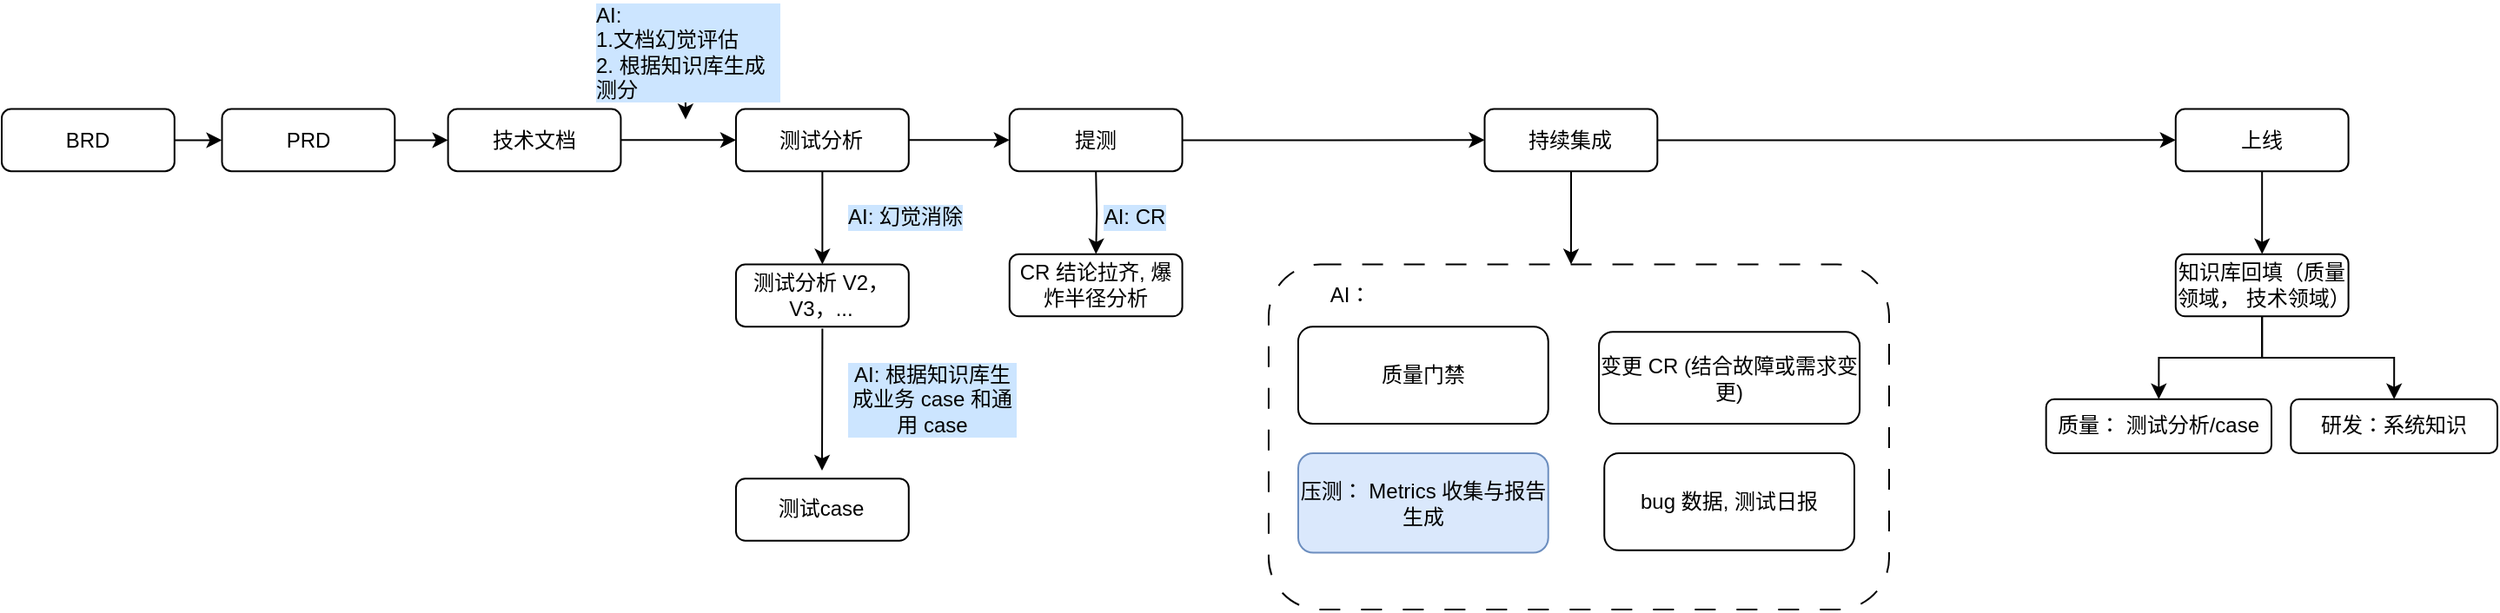
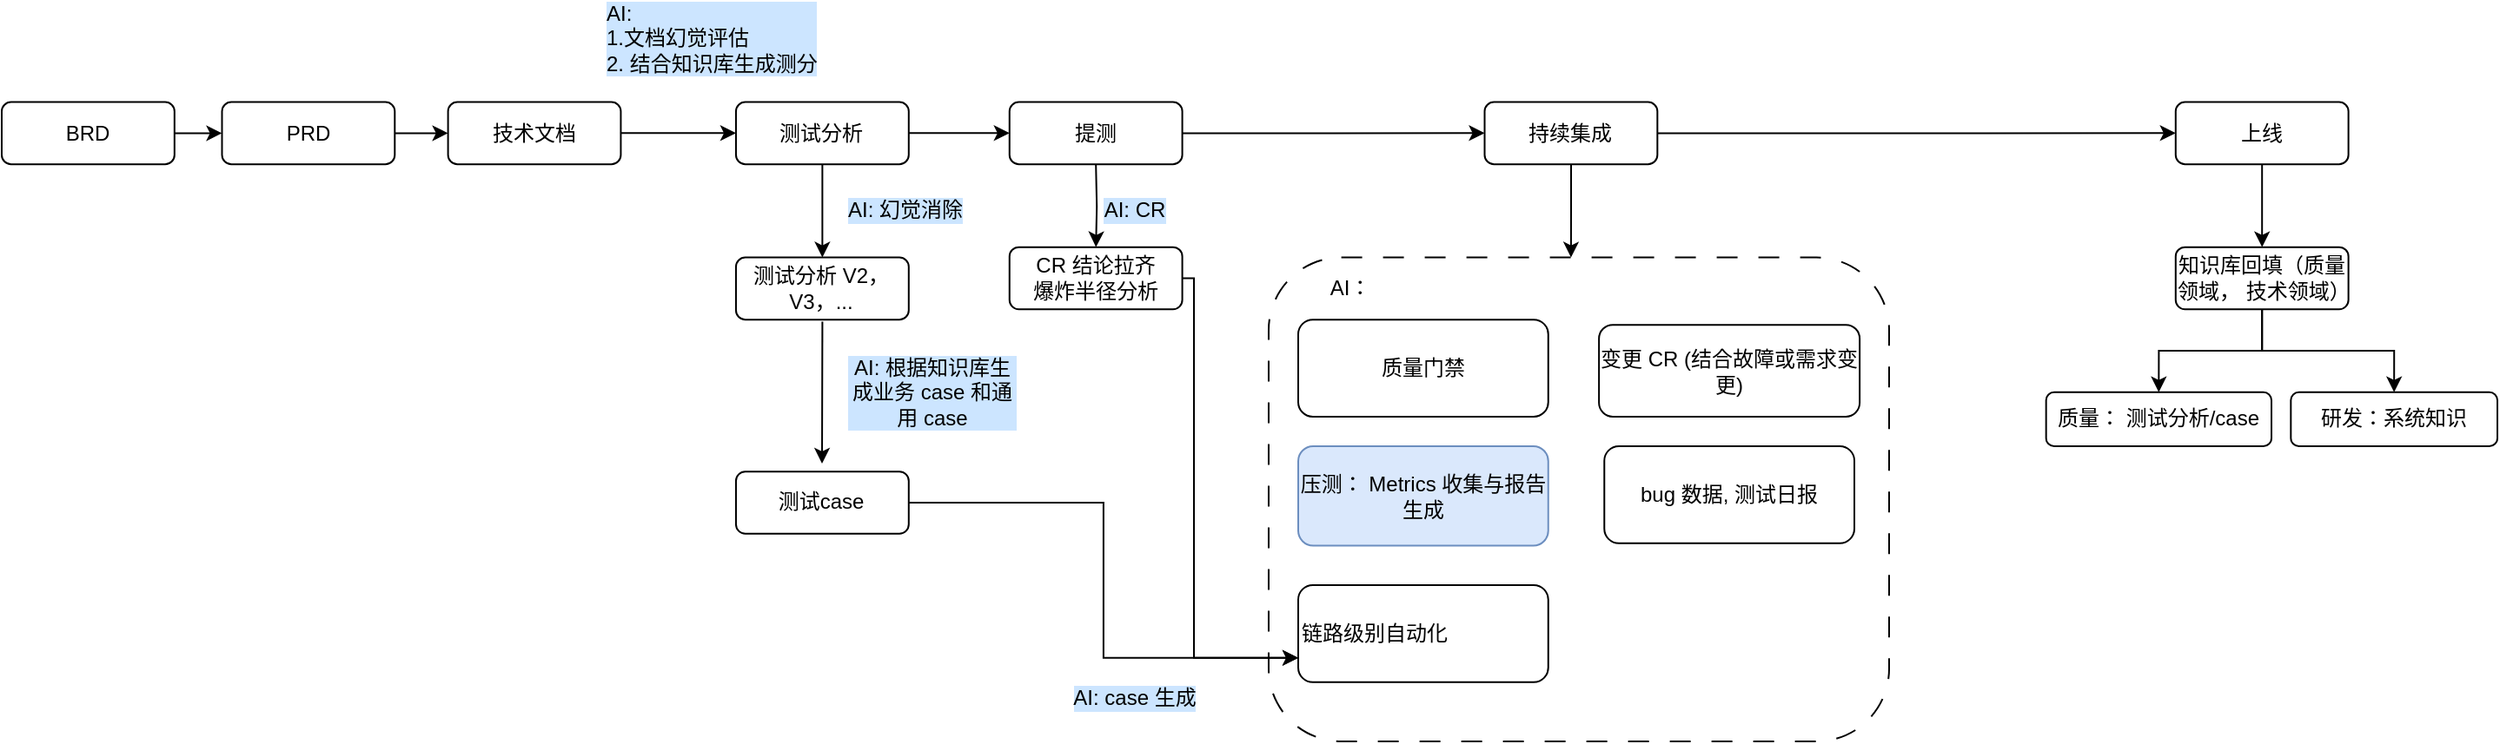
<mxfile host="app.diagrams.net">
  <diagram name="第 1 页" id="eGc9N8yqzYhzGgn2Sq75">
-     <mxGraphModel dx="2285" dy="653" grid="1" gridSize="10" guides="1" tooltips="1" connect="1" arrows="1" fold="1" page="1" pageScale="1" pageWidth="827" pageHeight="1169" math="0" shadow="0">
+     <mxGraphModel dx="2033" dy="653" grid="1" gridSize="10" guides="1" tooltips="1" connect="1" arrows="1" fold="1" page="1" pageScale="1" pageWidth="827" pageHeight="1169" math="0" shadow="0">
      <root>
        <mxCell id="0" />
        <mxCell id="1" parent="0" />
        <mxCell id="eD5rRKDE6UyOsphLuvNW-11" parent="1" style="rounded=1;whiteSpace=wrap;html=1;dashed=1;dashPattern=12 12;" value="" vertex="1">
-           <mxGeometry height="198.71" width="357.01" x="442.99" y="411.29" as="geometry" />
+           <mxGeometry height="278.71" width="357.01" x="442.99" y="411.29" as="geometry" />
        </mxCell>
        <mxCell id="hzDErF2p9qC1wll7qmAn-1" edge="1" parent="1" source="hzDErF2p9qC1wll7qmAn-2" style="edgeStyle=orthogonalEdgeStyle;rounded=0;orthogonalLoop=1;jettySize=auto;html=1;" target="hzDErF2p9qC1wll7qmAn-4" value="">
          <mxGeometry relative="1" as="geometry" />
        </mxCell>
        <mxCell id="hzDErF2p9qC1wll7qmAn-2" parent="1" style="rounded=1;whiteSpace=wrap;html=1;" value="PRD" vertex="1">
          <mxGeometry height="35.80645161290323" width="99.40828402366864" x="-159.25443786982248" y="321.7741935483871" as="geometry" />
        </mxCell>
        <mxCell id="hzDErF2p9qC1wll7qmAn-3" edge="1" parent="1" source="hzDErF2p9qC1wll7qmAn-4" style="edgeStyle=orthogonalEdgeStyle;rounded=0;orthogonalLoop=1;jettySize=auto;html=1;" target="hzDErF2p9qC1wll7qmAn-7" value="">
          <mxGeometry relative="1" as="geometry" />
        </mxCell>
        <mxCell id="hzDErF2p9qC1wll7qmAn-4" parent="1" style="rounded=1;whiteSpace=wrap;html=1;" value="技术文档" vertex="1">
          <mxGeometry height="35.80645161290323" width="99.40828402366864" x="-29.195266272189315" y="321.7741935483871" as="geometry" />
        </mxCell>
        <mxCell id="hzDErF2p9qC1wll7qmAn-5" edge="1" parent="1" source="hzDErF2p9qC1wll7qmAn-7" style="edgeStyle=orthogonalEdgeStyle;rounded=0;orthogonalLoop=1;jettySize=auto;html=1;" target="hzDErF2p9qC1wll7qmAn-8" value="">
          <mxGeometry relative="1" as="geometry" />
        </mxCell>
        <mxCell id="hzDErF2p9qC1wll7qmAn-6" edge="1" parent="1" source="hzDErF2p9qC1wll7qmAn-7" style="edgeStyle=orthogonalEdgeStyle;rounded=0;orthogonalLoop=1;jettySize=auto;html=1;" target="hzDErF2p9qC1wll7qmAn-14" value="">
          <mxGeometry relative="1" as="geometry" />
        </mxCell>
        <mxCell id="hzDErF2p9qC1wll7qmAn-7" parent="1" style="rounded=1;whiteSpace=wrap;html=1;" value="测试分析" vertex="1">
          <mxGeometry height="35.80645161290323" width="99.40828402366864" x="136.4852071005917" y="321.7741935483871" as="geometry" />
        </mxCell>
        <mxCell id="hzDErF2p9qC1wll7qmAn-8" parent="1" style="rounded=1;whiteSpace=wrap;html=1;" value="测试分析 V2，V3，..." vertex="1">
          <mxGeometry height="35.80645161290323" width="99.40828402366864" x="136.4852071005917" y="411.2903225806452" as="geometry" />
        </mxCell>
-         <mxCell id="eD5rRKDE6UyOsphLuvNW-5" edge="1" parent="1" source="hzDErF2p9qC1wll7qmAn-9" style="edgeStyle=orthogonalEdgeStyle;rounded=0;orthogonalLoop=1;jettySize=auto;html=1;">
-           <mxGeometry relative="1" as="geometry">
-             <mxPoint x="107.49112426035504" y="327.741935483871" as="targetPoint" />
-           </mxGeometry>
+         <mxCell id="hzDErF2p9qC1wll7qmAn-9" parent="1" style="text;html=1;whiteSpace=wrap;align=left;verticalAlign=middle;rounded=0;labelBackgroundColor=#CCE5FF;" value="AI:&amp;nbsp;&lt;br&gt;1.文档幻觉评估&lt;div&gt;&lt;span style=&quot;background-color: light-dark(rgb(204, 229, 255), rgb(24, 46, 68)); color: light-dark(rgb(0, 0, 0), rgb(255, 255, 255));&quot;&gt;2. 结合知识库生成测分&lt;/span&gt;&lt;/div&gt;" vertex="1">
+           <mxGeometry height="30" width="210.47" x="59.53" y="270" as="geometry" />
        </mxCell>
-         <mxCell id="hzDErF2p9qC1wll7qmAn-9" parent="1" style="text;html=1;whiteSpace=wrap;align=left;verticalAlign=middle;rounded=0;labelBackgroundColor=#CCE5FF;" value="AI:&amp;nbsp;&lt;br&gt;1.文档幻觉评估&lt;div&gt;&lt;span style=&quot;background-color: light-dark(rgb(204, 229, 255), rgb(24, 46, 68)); color: light-dark(rgb(0, 0, 0), rgb(255, 255, 255));&quot;&gt;2. 根据知识库生成测分&lt;/span&gt;&lt;/div&gt;" vertex="1">
-           <mxGeometry height="17.903225806451616" width="107.6923076923077" x="53.644970414201225" y="280" as="geometry" />
+         <mxCell id="eD5rRKDE6UyOsphLuvNW-27" edge="1" parent="1" source="hzDErF2p9qC1wll7qmAn-10" style="edgeStyle=orthogonalEdgeStyle;rounded=0;orthogonalLoop=1;jettySize=auto;html=1;entryX=0;entryY=0.75;entryDx=0;entryDy=0;" target="eD5rRKDE6UyOsphLuvNW-21">
+           <mxGeometry relative="1" as="geometry" />
        </mxCell>
        <mxCell id="hzDErF2p9qC1wll7qmAn-10" parent="1" style="rounded=1;whiteSpace=wrap;html=1;" value="测试case" vertex="1">
          <mxGeometry height="35.80645161290323" width="99.40828402366864" x="136.4852071005917" y="534.5964516129033" as="geometry" />
        </mxCell>
        <mxCell id="hzDErF2p9qC1wll7qmAn-11" edge="1" parent="1" style="edgeStyle=orthogonalEdgeStyle;rounded=0;orthogonalLoop=1;jettySize=auto;html=1;" value="">
          <mxGeometry relative="1" as="geometry">
            <Array as="points">
              <mxPoint x="186.18934911242604" y="448.2903225806452" />
              <mxPoint x="186.18934911242604" y="448.2903225806452" />
            </Array>
            <mxPoint x="186.18934911242604" y="460.2258064516129" as="sourcePoint" />
            <mxPoint x="186" y="530" as="targetPoint" />
          </mxGeometry>
        </mxCell>
        <mxCell id="hzDErF2p9qC1wll7qmAn-12" edge="1" parent="1" source="hzDErF2p9qC1wll7qmAn-14" style="edgeStyle=orthogonalEdgeStyle;rounded=0;orthogonalLoop=1;jettySize=auto;html=1;entryX=0;entryY=0.5;entryDx=0;entryDy=0;" target="hzDErF2p9qC1wll7qmAn-23" value="">
          <mxGeometry relative="1" as="geometry">
            <mxPoint x="476.1301775147929" y="339.6774193548387" as="targetPoint" />
          </mxGeometry>
        </mxCell>
        <mxCell id="hzDErF2p9qC1wll7qmAn-14" parent="1" style="rounded=1;whiteSpace=wrap;html=1;" value="提测" vertex="1">
          <mxGeometry height="35.80645161290323" width="99.40828402366864" x="293.88165680473367" y="321.7741935483871" as="geometry" />
        </mxCell>
        <mxCell id="hzDErF2p9qC1wll7qmAn-15" parent="1" style="text;html=1;whiteSpace=wrap;align=center;verticalAlign=middle;rounded=0;labelBackgroundColor=#CCE5FF;" value="AI: 根据知识库生成业务 case 和通用 case&lt;span style=&quot;color: rgba(0, 0, 0, 0); font-family: monospace; font-size: 0px; text-align: start; white-space: nowrap;&quot;&gt;%3CmxGraphModel%3E%3Croot%3E%3CmxCell%20id%3D%220%22%2F%3E%3CmxCell%20id%3D%221%22%20parent%3D%220%22%2F%3E%3CmxCell%20id%3D%222%22%20parent%3D%221%22%20style%3D%22text%3Bhtml%3D1%3BwhiteSpace%3Dwrap%3Balign%3Dcenter%3BverticalAlign%3Dmiddle%3Brounded%3D0%3BlabelBackgroundColor%3D%23CCE5FF%3B%22%20value%3D%22%26lt%3Bspan%20style%3D%26quot%3B%26quot%3B%26gt%3BAI%3A%20%E5%B9%BB%E8%A7%89%E6%B6%88%E9%99%A4%26lt%3B%2Fspan%26gt%3B%22%20vertex%3D%221%22%3E%3CmxGeometry%20height%3D%2230%22%20width%3D%22130%22%20x%3D%22414%22%20y%3D%22490%22%20as%3D%22geometry%22%2F%3E%3C%2FmxCell%3E%3C%2Froot%3E%3C%2FmxGraphModel%3E&lt;/span&gt;" vertex="1">
          <mxGeometry height="17.903225806451616" width="99.40828402366864" x="200.0033727810651" y="479.92225806451614" as="geometry" />
        </mxCell>
        <mxCell id="hzDErF2p9qC1wll7qmAn-16" edge="1" parent="1" style="edgeStyle=orthogonalEdgeStyle;rounded=0;orthogonalLoop=1;jettySize=auto;html=1;" target="hzDErF2p9qC1wll7qmAn-18" value="">
          <mxGeometry relative="1" as="geometry">
            <mxPoint x="343.58579881656806" y="357.5806451612903" as="sourcePoint" />
          </mxGeometry>
        </mxCell>
-         <mxCell id="hzDErF2p9qC1wll7qmAn-18" parent="1" style="rounded=1;whiteSpace=wrap;html=1;" value="CR 结论拉齐, 爆炸半径分析" vertex="1">
+         <mxCell id="eD5rRKDE6UyOsphLuvNW-28" edge="1" parent="1" source="hzDErF2p9qC1wll7qmAn-18" style="edgeStyle=orthogonalEdgeStyle;rounded=0;orthogonalLoop=1;jettySize=auto;html=1;entryX=0;entryY=0.75;entryDx=0;entryDy=0;" target="eD5rRKDE6UyOsphLuvNW-21">
+           <mxGeometry relative="1" as="geometry">
+             <Array as="points">
+               <mxPoint x="400" y="423" />
+               <mxPoint x="400" y="642" />
+             </Array>
+           </mxGeometry>
+         </mxCell>
+         <mxCell id="hzDErF2p9qC1wll7qmAn-18" parent="1" style="rounded=1;whiteSpace=wrap;html=1;" value="CR 结论拉齐&lt;br&gt;爆炸半径分析" vertex="1">
          <mxGeometry height="35.80645161290323" width="99.40828402366864" x="293.88165680473367" y="405.3225806451613" as="geometry" />
        </mxCell>
        <mxCell id="hzDErF2p9qC1wll7qmAn-19" parent="1" style="text;html=1;whiteSpace=wrap;align=center;verticalAlign=middle;rounded=0;labelBackgroundColor=#CCE5FF;" value="AI: CR" vertex="1">
          <mxGeometry height="17.903225806451616" width="57.98816568047337" x="336.95857988165676" y="374.88709677419354" as="geometry" />
        </mxCell>
        <mxCell id="hzDErF2p9qC1wll7qmAn-21" edge="1" parent="1" source="hzDErF2p9qC1wll7qmAn-23" style="edgeStyle=orthogonalEdgeStyle;rounded=0;orthogonalLoop=1;jettySize=auto;html=1;entryX=0;entryY=0.5;entryDx=0;entryDy=0;" target="hzDErF2p9qC1wll7qmAn-27" value="">
          <mxGeometry relative="1" as="geometry">
            <mxPoint x="641.810650887574" y="339.6774193548387" as="targetPoint" />
          </mxGeometry>
        </mxCell>
        <mxCell id="eD5rRKDE6UyOsphLuvNW-13" edge="1" parent="1" source="hzDErF2p9qC1wll7qmAn-23" style="edgeStyle=orthogonalEdgeStyle;rounded=0;orthogonalLoop=1;jettySize=auto;html=1;">
          <mxGeometry relative="1" as="geometry">
            <mxPoint x="616.9585798816568" y="411.2903225806452" as="targetPoint" />
          </mxGeometry>
        </mxCell>
        <mxCell id="hzDErF2p9qC1wll7qmAn-23" parent="1" style="rounded=1;whiteSpace=wrap;html=1;" value="持续集成" vertex="1">
          <mxGeometry height="35.80645161290323" width="99.40828402366864" x="567.2544378698225" y="321.7741935483871" as="geometry" />
        </mxCell>
        <mxCell id="hzDErF2p9qC1wll7qmAn-24" parent="1" style="rounded=1;whiteSpace=wrap;html=1;" value="&lt;span style=&quot;background-color: transparent; color: light-dark(rgb(0, 0, 0), rgb(255, 255, 255));&quot;&gt;质量门禁&lt;/span&gt;" vertex="1">
          <mxGeometry height="55.89" width="143.87" x="460" y="447.1" as="geometry" />
        </mxCell>
        <mxCell id="hzDErF2p9qC1wll7qmAn-25" edge="1" parent="1" source="hzDErF2p9qC1wll7qmAn-27" style="edgeStyle=orthogonalEdgeStyle;rounded=0;orthogonalLoop=1;jettySize=auto;html=1;" target="hzDErF2p9qC1wll7qmAn-28" value="">
          <mxGeometry relative="1" as="geometry" />
        </mxCell>
        <mxCell id="hzDErF2p9qC1wll7qmAn-27" parent="1" style="rounded=1;whiteSpace=wrap;html=1;" value="上线" vertex="1">
          <mxGeometry height="35.80645161290323" width="99.40828402366864" x="964.887573964497" y="321.7741935483871" as="geometry" />
        </mxCell>
        <mxCell id="eD5rRKDE6UyOsphLuvNW-17" edge="1" parent="1" source="hzDErF2p9qC1wll7qmAn-28" style="edgeStyle=orthogonalEdgeStyle;rounded=0;orthogonalLoop=1;jettySize=auto;html=1;entryX=0.5;entryY=0;entryDx=0;entryDy=0;" target="eD5rRKDE6UyOsphLuvNW-7">
          <mxGeometry relative="1" as="geometry" />
        </mxCell>
        <mxCell id="eD5rRKDE6UyOsphLuvNW-18" edge="1" parent="1" source="hzDErF2p9qC1wll7qmAn-28" style="edgeStyle=orthogonalEdgeStyle;rounded=0;orthogonalLoop=1;jettySize=auto;html=1;entryX=0.5;entryY=0;entryDx=0;entryDy=0;" target="eD5rRKDE6UyOsphLuvNW-8">
          <mxGeometry relative="1" as="geometry" />
        </mxCell>
        <mxCell id="hzDErF2p9qC1wll7qmAn-28" parent="1" style="rounded=1;whiteSpace=wrap;html=1;" value="知识库回填（质量领域， 技术领域）" vertex="1">
          <mxGeometry height="35.80645161290323" width="99.40828402366864" x="964.887573964497" y="405.3225806451613" as="geometry" />
        </mxCell>
        <mxCell id="hzDErF2p9qC1wll7qmAn-30" parent="1" style="text;html=1;whiteSpace=wrap;align=center;verticalAlign=middle;rounded=0;labelBackgroundColor=#CCE5FF;" value="&lt;span style=&quot;&quot;&gt;AI: 幻觉消除&lt;/span&gt;" vertex="1">
          <mxGeometry height="17.903225806451616" width="107.6923076923077" x="180.0008875739645" y="374.8838709677419" as="geometry" />
        </mxCell>
        <mxCell id="hzDErF2p9qC1wll7qmAn-31" parent="1" style="rounded=1;whiteSpace=wrap;html=1;" value="&lt;span style=&quot;background-color: transparent; color: light-dark(rgb(0, 0, 0), rgb(255, 255, 255));&quot;&gt;变更 CR (结合故障或需求变更)&lt;/span&gt;" vertex="1">
          <mxGeometry height="52.91" width="150" x="633.06" y="450.08" as="geometry" />
        </mxCell>
        <mxCell id="eD5rRKDE6UyOsphLuvNW-2" edge="1" parent="1" source="eD5rRKDE6UyOsphLuvNW-1" style="edgeStyle=orthogonalEdgeStyle;rounded=0;orthogonalLoop=1;jettySize=auto;html=1;" target="hzDErF2p9qC1wll7qmAn-2" value="">
          <mxGeometry relative="1" as="geometry" />
        </mxCell>
        <mxCell id="eD5rRKDE6UyOsphLuvNW-1" parent="1" style="rounded=1;whiteSpace=wrap;html=1;" value="BRD" vertex="1">
          <mxGeometry height="35.80645161290323" width="99.40828402366864" x="-286" y="321.7741935483871" as="geometry" />
        </mxCell>
        <mxCell id="eD5rRKDE6UyOsphLuvNW-6" parent="1" style="rounded=1;whiteSpace=wrap;html=1;fillColor=#dae8fc;strokeColor=#6c8ebf;" value="压测： Metrics 收集与报告生成" vertex="1">
          <mxGeometry height="57.26" width="143.87" x="460" y="520" as="geometry" />
        </mxCell>
        <mxCell id="eD5rRKDE6UyOsphLuvNW-7" parent="1" style="rounded=1;whiteSpace=wrap;html=1;" value="质量： 测试分析/case" vertex="1">
          <mxGeometry height="31.13" width="129.67" x="890.33" y="488.87" as="geometry" />
        </mxCell>
        <mxCell id="eD5rRKDE6UyOsphLuvNW-8" parent="1" style="rounded=1;whiteSpace=wrap;html=1;" value="研发：系统知识" vertex="1">
          <mxGeometry height="31.13" width="118.84" x="1031.16" y="488.87" as="geometry" />
        </mxCell>
        <mxCell id="eD5rRKDE6UyOsphLuvNW-12" parent="1" style="text;html=1;whiteSpace=wrap;strokeColor=none;fillColor=none;align=center;verticalAlign=middle;rounded=0;" value="AI：" vertex="1">
          <mxGeometry height="17.903225806451616" width="49.70414201183432" x="465.36094674556216" y="420.241935483871" as="geometry" />
        </mxCell>
        <mxCell id="eD5rRKDE6UyOsphLuvNW-19" parent="1" style="rounded=1;whiteSpace=wrap;html=1;" value="&lt;span style=&quot;background-color: transparent; color: light-dark(rgb(0, 0, 0), rgb(255, 255, 255));&quot;&gt;bug 数据, 测试日报&lt;/span&gt;" vertex="1">
          <mxGeometry height="55.89" width="143.87" x="636.13" y="520" as="geometry" />
        </mxCell>
+         <mxCell id="eD5rRKDE6UyOsphLuvNW-21" parent="1" style="rounded=1;whiteSpace=wrap;html=1;align=left;" value="&lt;span style=&quot;background-color: transparent; color: light-dark(rgb(0, 0, 0), rgb(255, 255, 255));&quot;&gt;链路级别自动化&lt;/span&gt;" vertex="1">
+           <mxGeometry height="55.89" width="143.87" x="460" y="600" as="geometry" />
+         </mxCell>
+         <mxCell id="eD5rRKDE6UyOsphLuvNW-25" parent="1" style="text;html=1;whiteSpace=wrap;align=center;verticalAlign=middle;rounded=0;labelBackgroundColor=#CCE5FF;" value="&lt;span style=&quot;&quot;&gt;AI: case 生成&lt;/span&gt;" vertex="1">
+           <mxGeometry height="17.903225806451616" width="107.6923076923077" x="312.11" y="655.89" as="geometry" />
+         </mxCell>
      </root>
    </mxGraphModel>
  </diagram>
</mxfile>
